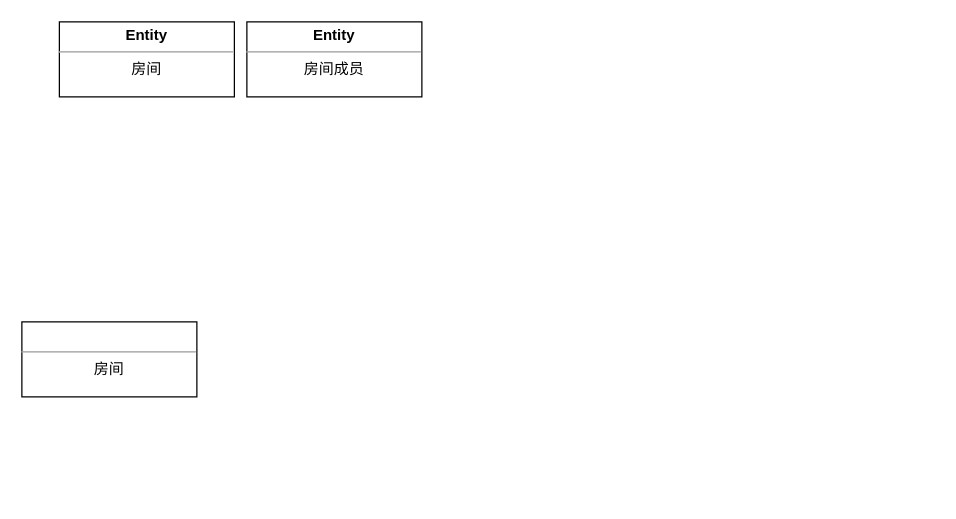
The draw.io diagram Untitled Diagram.drawio in LoveOyy/dxt, before the edit. Source tidied: cells renumbered, new cells numbered last; positions are measured from the earlier drawing's top-left corner, leaving out a move shared by most shapes. Both pictures are drawn from the tidied source at 125%, with x=0, y=0 at pixel (21, 21).
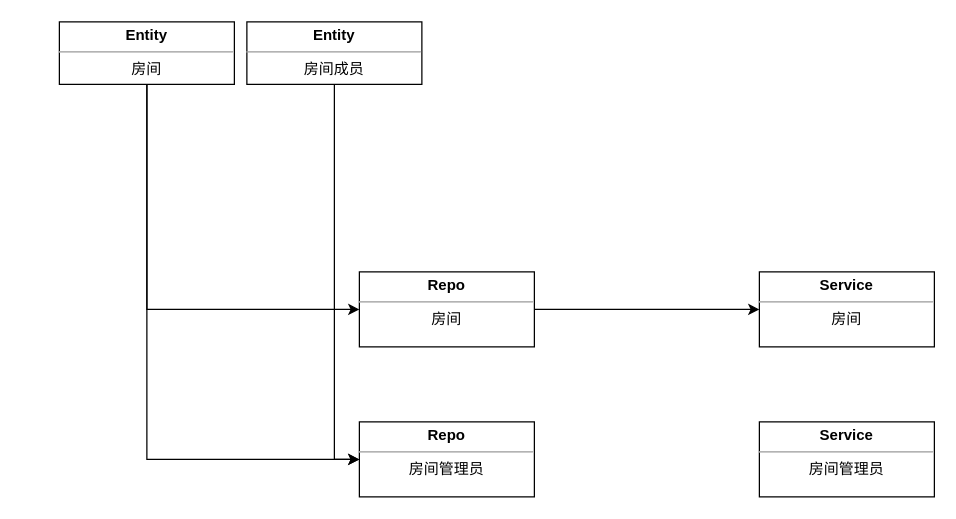
The same diagram, later.

What changed in the source:
```diff
@@
 <mxGraphModel>
   <root>
     <mxCell id="0" />
     <mxCell id="1" parent="0" />
+    <mxCell id="5" style="edgeStyle=orthogonalEdgeStyle;rounded=0;jettySize=auto;html=1;entryX=0;entryY=0.5;entryDx=0;entryDy=0;exitX=0.5;exitY=1;exitDx=0;exitDy=0;" parent="1" edge="1" source="2" target="11">
+      <mxGeometry relative="1" as="geometry" />
+    </mxCell>
+    <mxCell id="6" style="edgeStyle=orthogonalEdgeStyle;rounded=0;jettySize=auto;html=1;entryX=0;entryY=0.5;entryDx=0;entryDy=0;exitX=0.5;exitY=1;exitDx=0;exitDy=0;" parent="1" edge="1" source="2" target="9">
+      <mxGeometry relative="1" as="geometry" />
+    </mxCell>
     <mxCell id="2" value="&lt;p style=&quot;margin: 4px 0px 0px&quot;&gt;&lt;b&gt;Entity&lt;/b&gt;&lt;/p&gt;&lt;hr size=&quot;1&quot;&gt;&lt;div style=&quot;height: 2px&quot;&gt;房间&lt;/div&gt;" style="verticalAlign=top;align=center;overflow=fill;fontSize=12;fontFamily=Helvetica;html=1;" parent="1" vertex="1">
-      <mxGeometry x="30" width="140" height="60" as="geometry" />
+      <mxGeometry x="30" width="140" height="50" as="geometry" />
     </mxCell>
+    <mxCell id="7" style="edgeStyle=orthogonalEdgeStyle;rounded=0;jettySize=auto;html=1;entryX=0;entryY=0.5;entryDx=0;entryDy=0;" parent="1" edge="1" source="3" target="11">
+      <mxGeometry relative="1" as="geometry" />
+    </mxCell>
     <mxCell id="3" value="&lt;p style=&quot;margin: 4px 0px 0px&quot;&gt;&lt;b&gt;Entity&lt;/b&gt;&lt;/p&gt;&lt;hr size=&quot;1&quot;&gt;&lt;div style=&quot;height: 2px&quot;&gt;房间成员&lt;/div&gt;" style="verticalAlign=top;align=center;overflow=fill;fontSize=12;fontFamily=Helvetica;html=1;" parent="1" vertex="1">
-      <mxGeometry x="180" width="140" height="60" as="geometry" />
+      <mxGeometry x="180" width="140" height="50" as="geometry" />
     </mxCell>
-    <mxCell id="4" value="&lt;p style=&quot;margin: 4px 0px 0px&quot;&gt;&lt;br&gt;&lt;/p&gt;&lt;hr size=&quot;1&quot;&gt;&lt;div style=&quot;height: 2px&quot;&gt;房间&lt;/div&gt;" style="verticalAlign=top;align=center;overflow=fill;fontSize=12;fontFamily=Helvetica;html=1;" parent="1" vertex="1">
-      <mxGeometry y="240" width="140" height="60" as="geometry" />
+    <mxCell id="4" value="&lt;p style=&quot;margin: 4px 0px 0px&quot;&gt;&lt;b&gt;Service&lt;/b&gt;&lt;br&gt;&lt;/p&gt;&lt;hr size=&quot;1&quot;&gt;&lt;div style=&quot;height: 2px&quot;&gt;房间&lt;/div&gt;" style="verticalAlign=top;align=center;overflow=fill;fontSize=12;fontFamily=Helvetica;html=1;" parent="1" vertex="1">
+      <mxGeometry x="590" y="200" width="140" height="60" as="geometry" />
     </mxCell>
+    <mxCell id="8" style="edgeStyle=orthogonalEdgeStyle;rounded=0;jettySize=auto;html=1;entryX=0;entryY=0.5;entryDx=0;entryDy=0;" parent="1" edge="1" source="9" target="4">
+      <mxGeometry relative="1" as="geometry" />
+    </mxCell>
+    <mxCell id="9" value="&lt;p style=&quot;margin: 4px 0px 0px&quot;&gt;&lt;b&gt;Repo&lt;/b&gt;&lt;/p&gt;&lt;hr size=&quot;1&quot;&gt;&lt;div style=&quot;height: 2px&quot;&gt;房间&lt;/div&gt;" style="verticalAlign=top;align=center;overflow=fill;fontSize=12;fontFamily=Helvetica;html=1;" parent="1" vertex="1">
+      <mxGeometry x="270" y="200" width="140" height="60" as="geometry" />
+    </mxCell>
+    <mxCell id="10" value="&lt;p style=&quot;margin: 4px 0px 0px&quot;&gt;&lt;b&gt;Service&lt;/b&gt;&lt;br&gt;&lt;/p&gt;&lt;hr size=&quot;1&quot;&gt;&lt;div style=&quot;height: 2px&quot;&gt;房间管理员&lt;/div&gt;&lt;div style=&quot;height: 2px&quot;&gt;&lt;br&gt;&lt;/div&gt;" style="verticalAlign=top;align=center;overflow=fill;fontSize=12;fontFamily=Helvetica;html=1;" parent="1" vertex="1">
+      <mxGeometry x="590" y="320" width="140" height="60" as="geometry" />
+    </mxCell>
+    <mxCell id="11" value="&lt;p style=&quot;margin: 4px 0px 0px&quot;&gt;&lt;b&gt;Repo&lt;/b&gt;&lt;/p&gt;&lt;hr size=&quot;1&quot;&gt;&lt;div style=&quot;height: 2px&quot;&gt;房间管理员&lt;/div&gt;&lt;div style=&quot;height: 2px&quot;&gt;&lt;br&gt;&lt;/div&gt;" style="verticalAlign=top;align=center;overflow=fill;fontSize=12;fontFamily=Helvetica;html=1;" parent="1" vertex="1">
+      <mxGeometry x="270" y="320" width="140" height="60" as="geometry" />
+    </mxCell>
   </root>
 </mxGraphModel>
```
